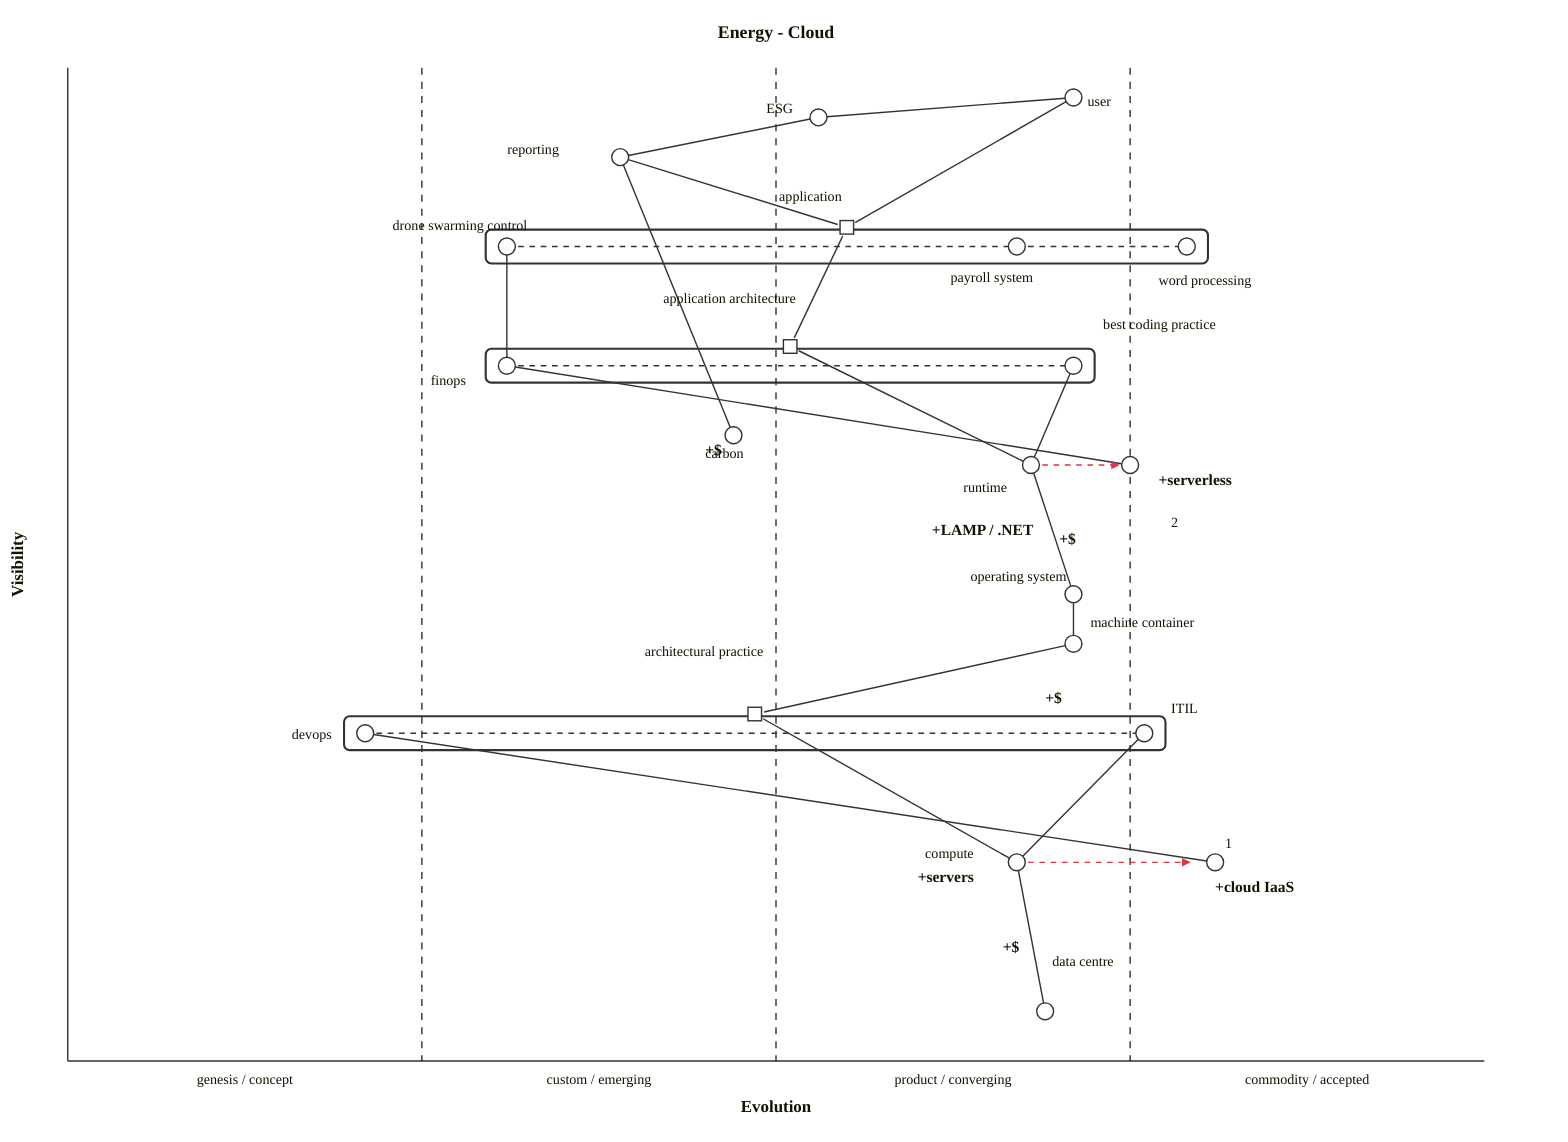
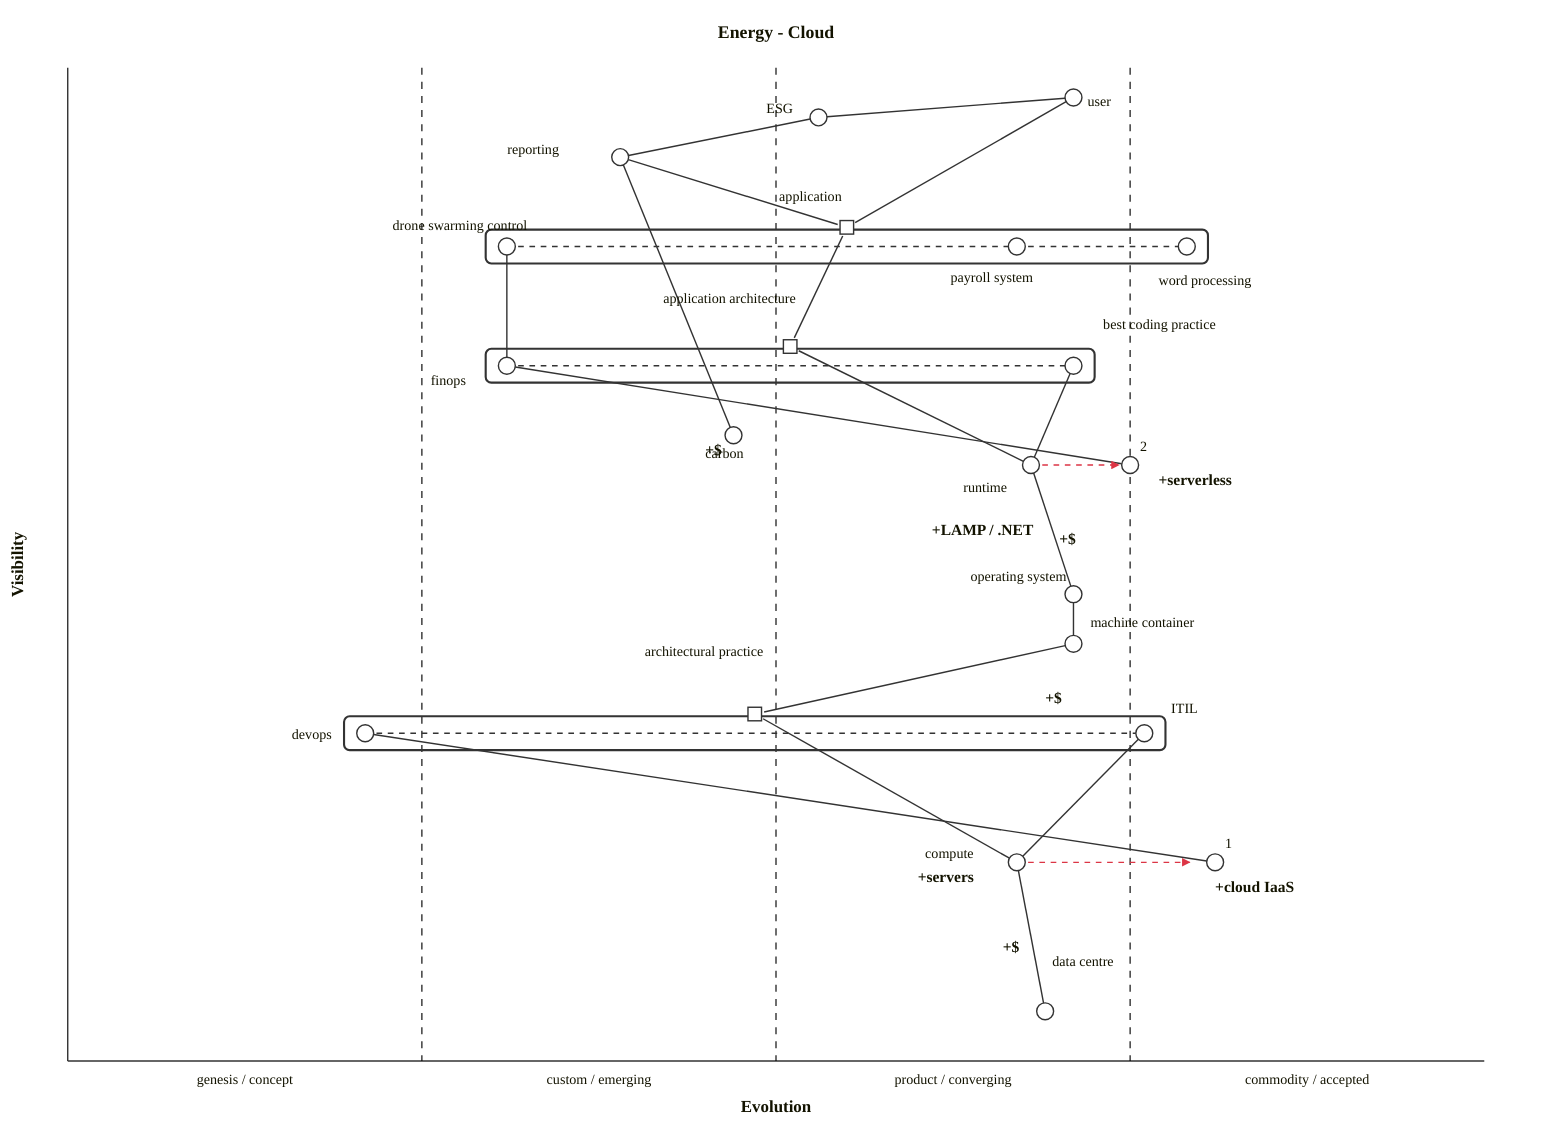
wardley-beta

title Energy - Cloud
size [1100, 800]
evolution genesis / concept -> custom / emerging -> product / converging -> commodity/ accepted

component user [0.97, 0.71] label [10, 6]
component application [0.82, 0.61] label [-48, -19]
pipeline application {
  component drone swarming control [0.31] label [-81, -12]
  component payroll system [0.67] label [-47, 25]
  component word processing [0.79] label [-20, 27]
}

evolve drone swarming control 0.4

component ESG [0.95, 0.53] label [-37, -3]

component runtime [0.60, 0.68] label [-48, 19]

evolve runtime 0.75
note "+serverless" [0.58, 0.77]
note "+LAMP / .NET" [0.53, 0.61]
component machine container [0.42, 0.71] label [12, -12]
component compute [0.20, 0.67] label [-65, -3]
component operating system [0.47, 0.71] label [-73, -9]
component data centre [0.05, 0.69] label [5, -32]
evolve compute 0.80
note "+cloud IaaS" [0.17, 0.81]
note "+servers" [0.18, 0.60]
evolve devops 0.6
component architectural practice [0.33, 0.66] label [-78, -41]
pipeline architectural practice {
  component devops [0.21] label [-52, 4]
  component ITIL [0.76] label [19, -14]
}
component "1" [0.20, 0.81] label [7, -10]
component application architecture [0.70, 0.63] label [-90, -31]
pipeline application architecture {
  component finops [0.31] label [-54, 14]
  component best coding practice [0.71] label [21, -26]
}
evolve finops 0.4
- component "2" [0.60, 0.75] label [29, 44]
+ component "2" [0.60, 0.75] label [7, -10]

component carbon [0.63, 0.47] label [-20, 16]
component reporting [0.91, 0.39] label [-80, -2]

note "+$" [0.11, 0.66]
note "+$" [0.36, 0.69]
note "+$" [0.52, 0.70]
note "+$" [0.61, 0.45]

"2" -> finops
"1" -> devops
user -> application

runtime -> operating system
operating system -> machine container
compute -> data centre
machine container -> architectural practice
architectural practice -> compute
ITIL -> compute
application architecture -> application
application architecture -> runtime
best coding practice -> runtime
drone swarming control -> finops
user -> ESG
ESG -> reporting
carbon -> reporting
reporting -> application

